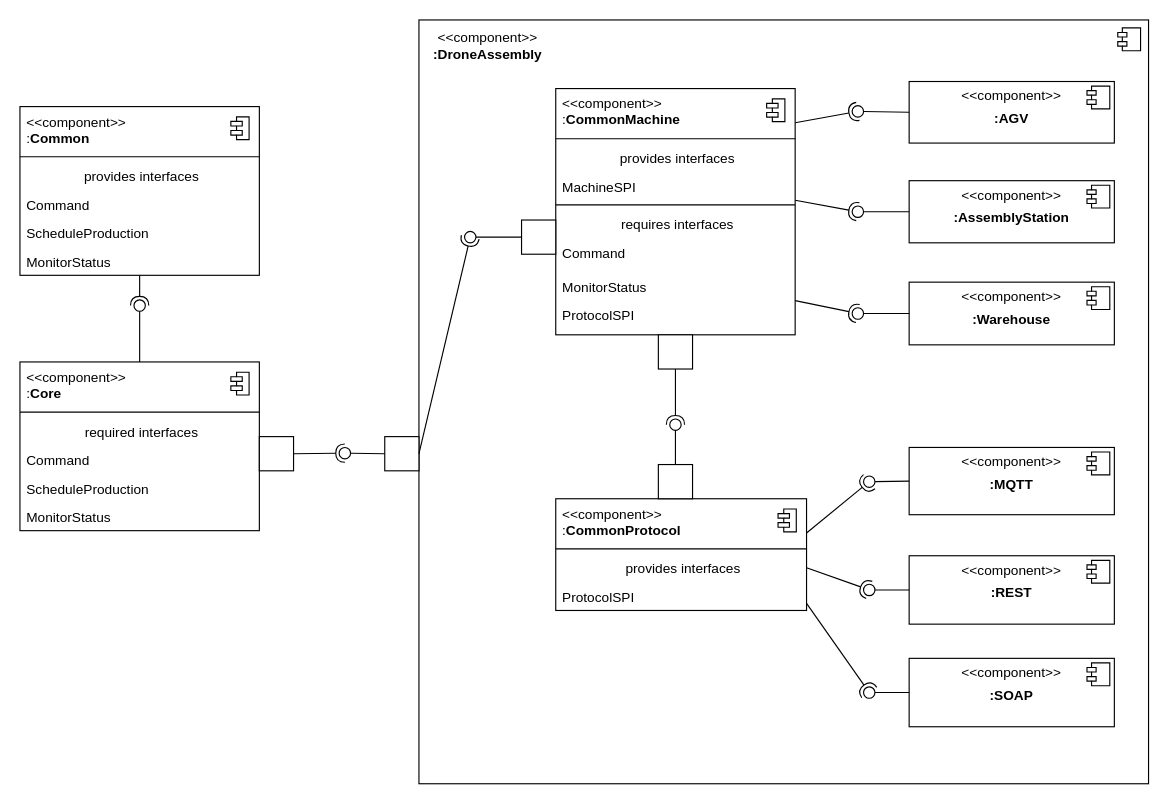
PatrickAbildHolmes/i4-simulated-lab keeps this draw.io diagram as i4_component_diagram.drawio. Above is the earlier version. Source tidied: cells renumbered, new cells numbered last; positions are measured from the earlier drawing's top-left corner, leaving out a move shared by most shapes. Both pictures are drawn from the tidied source at 114%, with x=0, y=0 at pixel (19, 19).
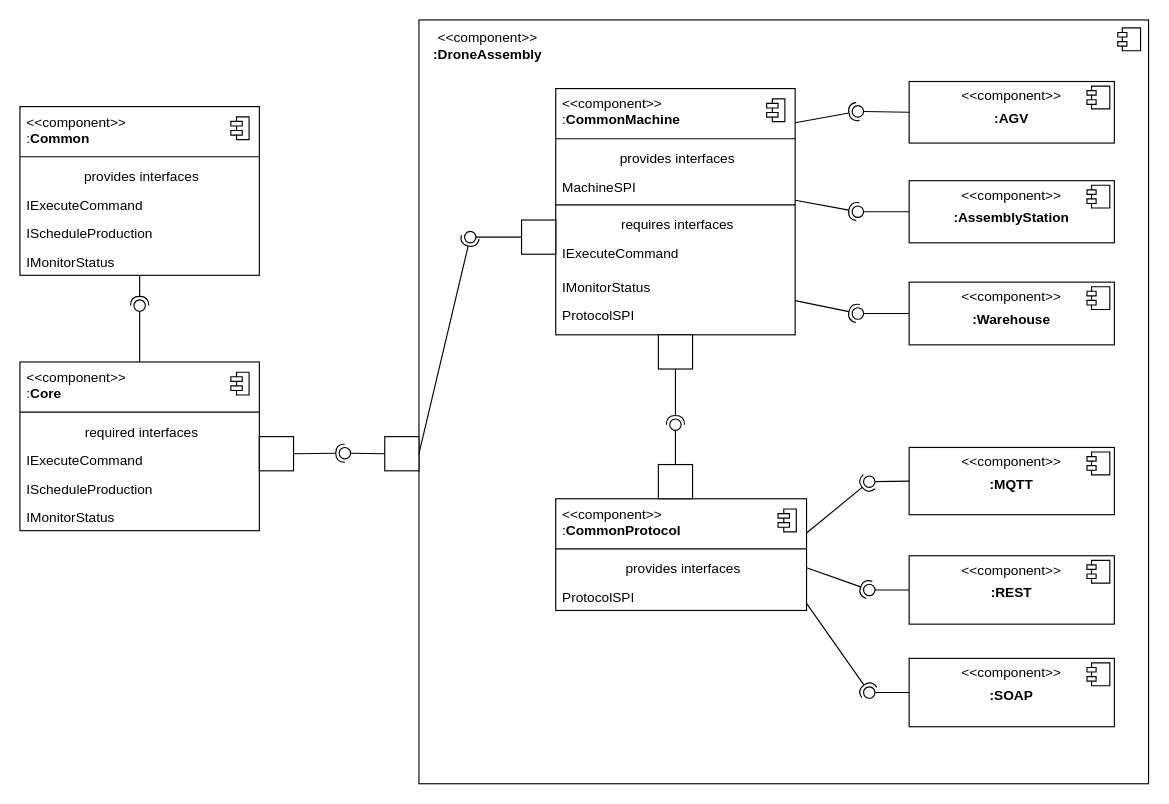
Above is the later version.

Unchanged cells that the change refers to:
```xml
<mxCell id="10" style="fontStyle=1;align=center;verticalAlign=top;horizontal=1;" parent="1" vertex="1">
  <mxGeometry y="300" width="210" height="148" as="geometry" />
</mxCell>
<mxCell id="18" style="fontStyle=1;align=center;verticalAlign=top;horizontal=1;" parent="1" vertex="1">
  <mxGeometry y="76" width="210" height="148" as="geometry" />
</mxCell>
<mxCell id="44" style="fontStyle=1;align=center;verticalAlign=top;horizontal=1;" parent="1" vertex="1">
  <mxGeometry x="470" y="60.2" width="210" height="216" as="geometry" />
</mxCell>
```

The edit, as a diff of the source:
```diff
@@
-    <mxCell id="15" value="Command" style="html=1;align=left;spacingLeft=4;verticalAlign=top;strokeColor=none;fillColor=none;whiteSpace=wrap;" parent="10" vertex="1">
+    <mxCell id="15" value="IExecuteCommand" style="html=1;align=left;spacingLeft=4;verticalAlign=top;strokeColor=none;fillColor=none;whiteSpace=wrap;" parent="10" vertex="1">
       <mxGeometry y="73" width="210" height="25" as="geometry" />
     </mxCell>
-    <mxCell id="16" value="ScheduleProduction" style="html=1;align=left;spacingLeft=4;verticalAlign=top;strokeColor=none;fillColor=none;whiteSpace=wrap;" parent="10" vertex="1">
+    <mxCell id="16" value="IScheduleProduction" style="html=1;align=left;spacingLeft=4;verticalAlign=top;strokeColor=none;fillColor=none;whiteSpace=wrap;" parent="10" vertex="1">
       <mxGeometry y="98" width="210" height="25" as="geometry" />
     </mxCell>
-    <mxCell id="17" value="MonitorStatus" style="html=1;align=left;spacingLeft=4;verticalAlign=top;strokeColor=none;fillColor=none;whiteSpace=wrap;" parent="10" vertex="1">
+    <mxCell id="17" value="IMonitorStatus" style="html=1;align=left;spacingLeft=4;verticalAlign=top;strokeColor=none;fillColor=none;whiteSpace=wrap;" parent="10" vertex="1">
       <mxGeometry y="123" width="210" height="25" as="geometry" />
     </mxCell>
@@
-    <mxCell id="23" value="Command" style="html=1;align=left;spacingLeft=4;verticalAlign=top;strokeColor=none;fillColor=none;whiteSpace=wrap;" parent="18" vertex="1">
+    <mxCell id="23" value="IExecuteCommand" style="html=1;align=left;spacingLeft=4;verticalAlign=top;strokeColor=none;fillColor=none;whiteSpace=wrap;" parent="18" vertex="1">
       <mxGeometry y="73" width="210" height="25" as="geometry" />
     </mxCell>
-    <mxCell id="24" value="ScheduleProduction" style="html=1;align=left;spacingLeft=4;verticalAlign=top;strokeColor=none;fillColor=none;whiteSpace=wrap;" parent="18" vertex="1">
+    <mxCell id="24" value="IScheduleProduction" style="html=1;align=left;spacingLeft=4;verticalAlign=top;strokeColor=none;fillColor=none;whiteSpace=wrap;" parent="18" vertex="1">
       <mxGeometry y="98" width="210" height="25" as="geometry" />
     </mxCell>
-    <mxCell id="25" value="MonitorStatus" style="html=1;align=left;spacingLeft=4;verticalAlign=top;strokeColor=none;fillColor=none;whiteSpace=wrap;" parent="18" vertex="1">
+    <mxCell id="25" value="IMonitorStatus" style="html=1;align=left;spacingLeft=4;verticalAlign=top;strokeColor=none;fillColor=none;whiteSpace=wrap;" parent="18" vertex="1">
       <mxGeometry y="123" width="210" height="25" as="geometry" />
     </mxCell>
@@
-    <mxCell id="52" value="Command" style="html=1;align=left;spacingLeft=4;verticalAlign=top;strokeColor=none;fillColor=none;whiteSpace=wrap;" parent="44" vertex="1">
+    <mxCell id="52" value="IExecuteCommand" style="html=1;align=left;spacingLeft=4;verticalAlign=top;strokeColor=none;fillColor=none;whiteSpace=wrap;" parent="44" vertex="1">
       <mxGeometry y="131" width="210" height="30" as="geometry" />
     </mxCell>
-    <mxCell id="53" value="MonitorStatus" style="html=1;align=left;spacingLeft=4;verticalAlign=top;strokeColor=none;fillColor=none;whiteSpace=wrap;" parent="44" vertex="1">
+    <mxCell id="53" value="IMonitorStatus" style="html=1;align=left;spacingLeft=4;verticalAlign=top;strokeColor=none;fillColor=none;whiteSpace=wrap;" parent="44" vertex="1">
       <mxGeometry y="161" width="210" height="25" as="geometry" />
     </mxCell>
```
